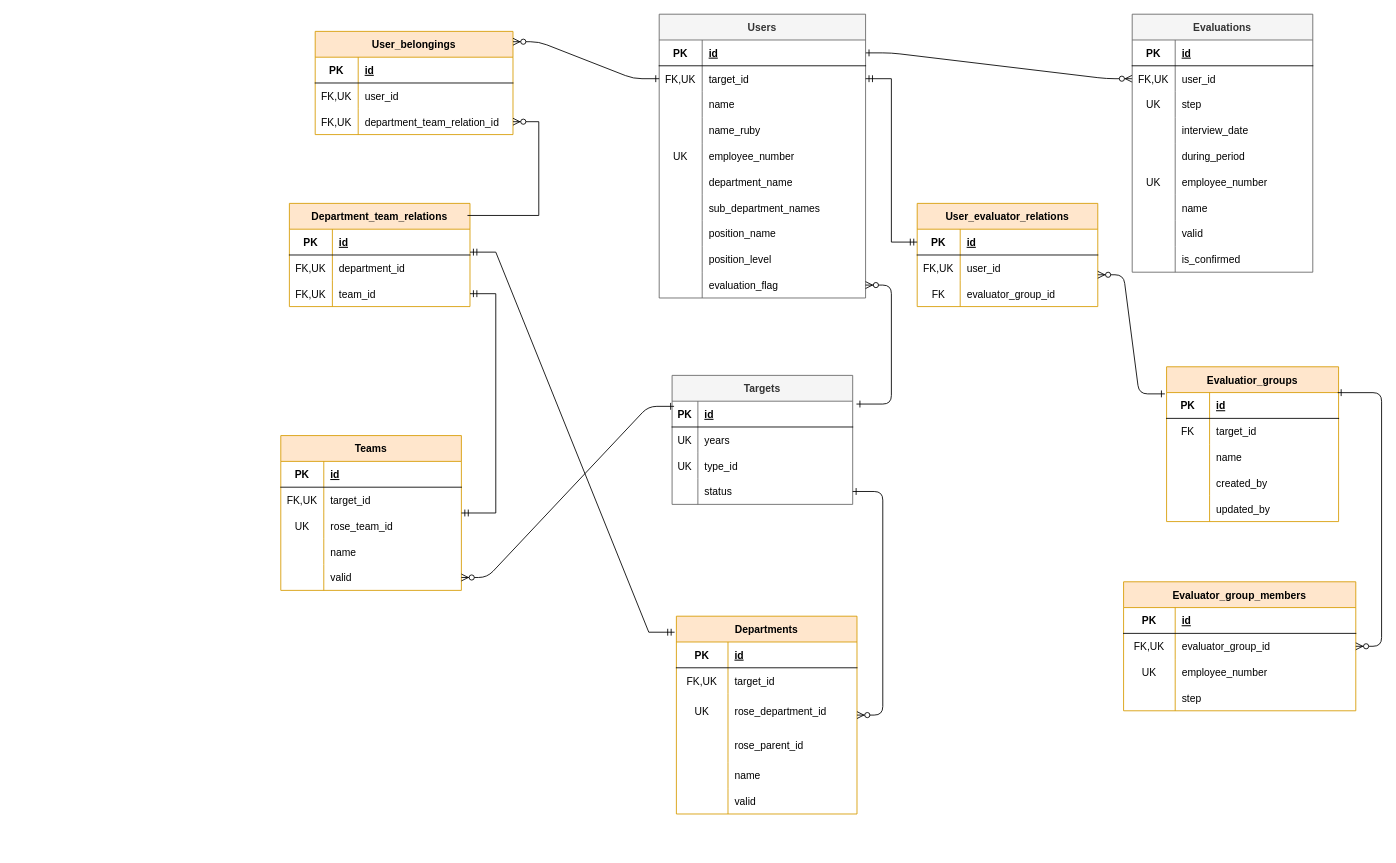
Earlier version of the draw.io diagram 名称未設定ファイル.drawio (satohirok/twitter_clone_ER). Source tidied: cells renumbered, new cells numbered last; positions are measured from the earlier drawing's top-left corner, leaving out a move shared by most shapes. Both pictures are drawn from the tidied source at 86%, with x=0, y=0 at pixel (61, 14).
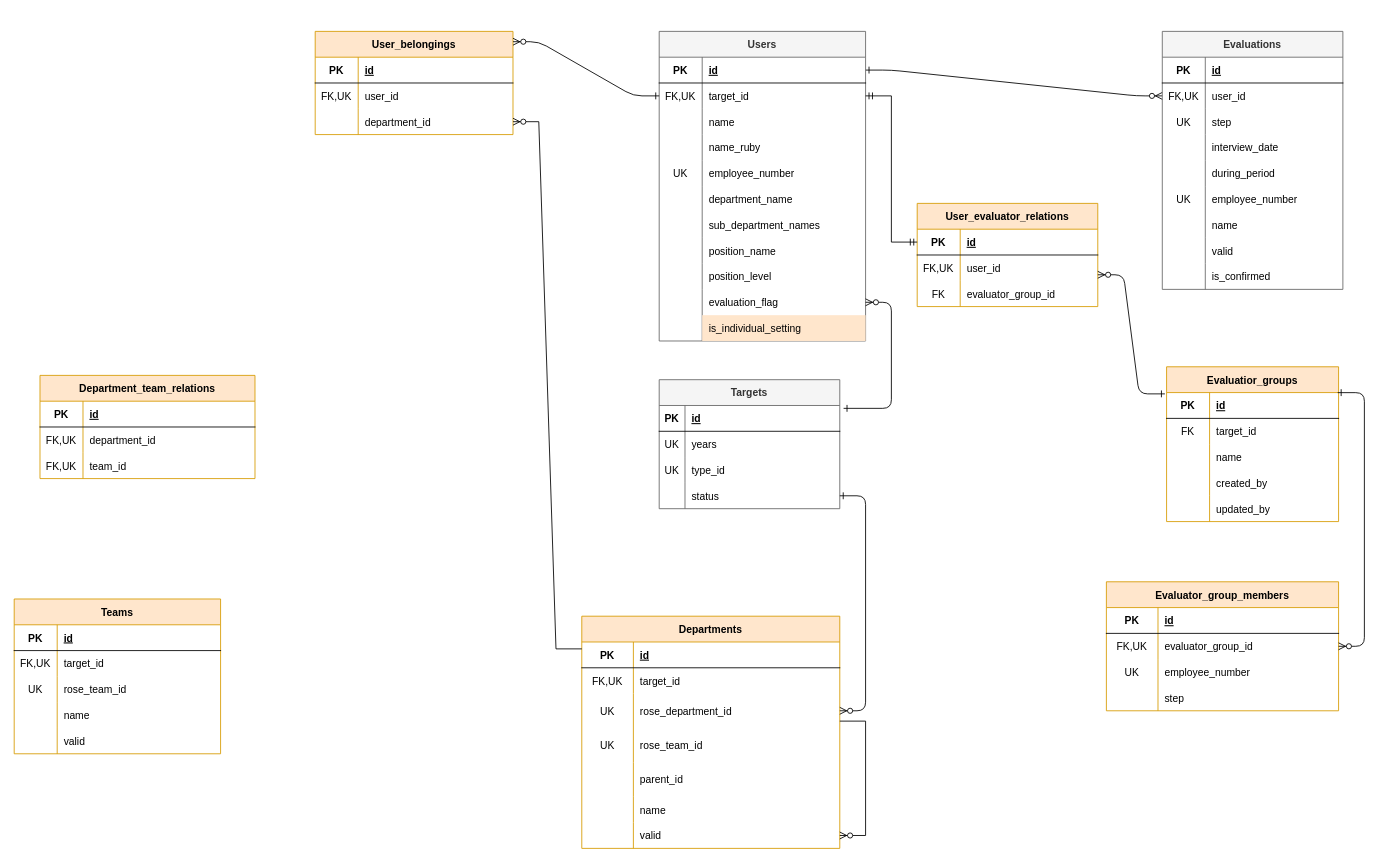
Above is the later version.

Commit message:
名称未設定ファイル.drawio を更新します

The change refers to these unchanged cells:
```xml
<mxCell id="108" style="shape=partialRectangle;fillColor=none;points=[[0,0.5],[1,0.5]];portConstraint=eastwest;top=0;left=0;right=0;bottom=0;" parent="101" vertex="1">
  <mxGeometry y="90" width="230" height="30" as="geometry" />
</mxCell>
<mxCell id="164" style="shape=partialRectangle;fillColor=none;points=[[0,0.5],[1,0.5]];portConstraint=eastwest;top=0;left=0;right=0;bottom=1;" parent="163" vertex="1">
  <mxGeometry y="30" width="210" height="30" as="geometry" />
</mxCell>
<mxCell id="173" style="shape=partialRectangle;fillColor=none;points=[[0,0.5],[1,0.5]];portConstraint=eastwest;top=0;left=0;right=0;bottom=0;" parent="163" vertex="1">
  <mxGeometry y="120" width="210" height="30" as="geometry" />
</mxCell>
```

What changed in the source:
```diff
@@
     <mxCell id="3" value="Evaluations" style="shape=table;startSize=30;childLayout=tableLayout;rowLines=0;fontStyle=1;align=center;fillColor=#f5f5f5;fontColor=#333333;strokeColor=#666666;" parent="1" vertex="1">
-      <mxGeometry x="1245" width="210" height="300" as="geometry" />
+      <mxGeometry x="1280" y="20" width="210" height="300" as="geometry" />
     </mxCell>
@@
     <mxCell id="41" value="Users" style="shape=table;startSize=30;childLayout=tableLayout;rowLines=0;fontStyle=1;align=center;fillColor=#f5f5f5;fontColor=#333333;strokeColor=#666666;" parent="1" vertex="1">
-      <mxGeometry x="695" width="240" height="330" as="geometry" />
+      <mxGeometry x="695" y="20" width="240" height="360" as="geometry" />
     </mxCell>
@@
+    <mxCell id="179" style="shape=partialRectangle;fillColor=none;top=0;left=0;right=0;bottom=0;" parent="41" vertex="1">
+      <mxGeometry y="330" width="240" height="30" as="geometry" />
+    </mxCell>
+    <mxCell id="180" style="shape=partialRectangle;overflow=hidden;fillColor=none;top=0;left=0;bottom=0;right=0;" parent="179" vertex="1">
+      <mxGeometry width="50" height="30" as="geometry" />
+    </mxCell>
+    <mxCell id="181" value="is_individual_setting" style="shape=partialRectangle;overflow=hidden;fillColor=#FFE6CC;top=0;left=0;bottom=0;right=0;align=left;spacingLeft=6;" parent="179" vertex="1">
+      <mxGeometry x="50" width="190" height="30" as="geometry" />
+    </mxCell>
@@
     <mxCell id="88" value="Evaluator_group_members" style="shape=table;startSize=30;childLayout=tableLayout;rowLines=0;fontStyle=1;align=center;fillColor=#ffe6cc;strokeColor=#d79b00;" parent="1" vertex="1">
-      <mxGeometry x="1235" y="660" width="270" height="150" as="geometry" />
+      <mxGeometry x="1215" y="660" width="270" height="150" as="geometry" />
     </mxCell>
@@
-    <mxCell id="109" value="FK,UK" style="shape=partialRectangle;overflow=hidden;fillColor=none;top=0;left=0;bottom=0;right=0;" parent="108" vertex="1">
+    <mxCell id="109" style="shape=partialRectangle;overflow=hidden;fillColor=none;top=0;left=0;bottom=0;right=0;" parent="108" vertex="1">
       <mxGeometry width="50" height="30" as="geometry" />
     </mxCell>
-    <mxCell id="110" value="department_team_relation_id" style="shape=partialRectangle;overflow=hidden;fillColor=none;top=0;left=0;bottom=0;right=0;align=left;spacingLeft=6;" parent="108" vertex="1">
+    <mxCell id="110" value="department_id" style="shape=partialRectangle;overflow=hidden;fillColor=none;top=0;left=0;bottom=0;right=0;align=left;spacingLeft=6;" parent="108" vertex="1">
       <mxGeometry x="50" width="180" height="30" as="geometry" />
     </mxCell>
     <mxCell id="111" value="Department_team_relations" style="shape=table;startSize=30;childLayout=tableLayout;rowLines=0;fontStyle=1;align=center;fillColor=#ffe6cc;strokeColor=#d79b00;" parent="1" vertex="1">
-      <mxGeometry x="265" y="220" width="210" height="120" as="geometry" />
+      <mxGeometry x="-25" y="420" width="250" height="120" as="geometry" />
     </mxCell>
     <mxCell id="112" style="shape=partialRectangle;fillColor=none;top=0;left=0;right=0;bottom=1;" parent="111" vertex="1">
-      <mxGeometry y="30" width="210" height="30" as="geometry" />
+      <mxGeometry y="30" width="250" height="30" as="geometry" />
     </mxCell>
@@
     <mxCell id="114" value="id" style="shape=partialRectangle;overflow=hidden;fillColor=none;top=0;left=0;bottom=0;right=0;align=left;spacingLeft=6;fontStyle=5;" parent="112" vertex="1">
-      <mxGeometry x="50" width="160" height="30" as="geometry" />
+      <mxGeometry x="50" width="200" height="30" as="geometry" />
     </mxCell>
     <mxCell id="115" style="shape=partialRectangle;fillColor=none;points=[[0,0.5],[1,0.5]];portConstraint=eastwest;top=0;left=0;right=0;bottom=0;" parent="111" vertex="1">
-      <mxGeometry y="60" width="210" height="30" as="geometry" />
+      <mxGeometry y="60" width="250" height="30" as="geometry" />
     </mxCell>
@@
     <mxCell id="117" value="department_id" style="shape=partialRectangle;overflow=hidden;fillColor=none;top=0;left=0;bottom=0;right=0;align=left;spacingLeft=6;" parent="115" vertex="1">
-      <mxGeometry x="50" width="160" height="30" as="geometry" />
+      <mxGeometry x="50" width="200" height="30" as="geometry" />
     </mxCell>
     <mxCell id="118" style="shape=partialRectangle;fillColor=none;points=[[0,0.5],[1,0.5]];portConstraint=eastwest;top=0;left=0;right=0;bottom=0;" parent="111" vertex="1">
-      <mxGeometry y="90" width="210" height="30" as="geometry" />
+      <mxGeometry y="90" width="250" height="30" as="geometry" />
     </mxCell>
@@
     <mxCell id="120" value="team_id" style="shape=partialRectangle;overflow=hidden;fillColor=none;top=0;left=0;bottom=0;right=0;align=left;spacingLeft=6;" parent="118" vertex="1">
-      <mxGeometry x="50" width="160" height="30" as="geometry" />
+      <mxGeometry x="50" width="200" height="30" as="geometry" />
     </mxCell>
     <mxCell id="121" value="Departments" style="shape=table;startSize=30;childLayout=tableLayout;rowLines=0;fontStyle=1;align=center;fillColor=#ffe6cc;strokeColor=#d79b00;" parent="1" vertex="1">
-      <mxGeometry x="715" y="700" width="210" height="230" as="geometry" />
+      <mxGeometry x="605" y="700" width="300" height="270" as="geometry" />
     </mxCell>
     <mxCell id="122" style="shape=partialRectangle;fillColor=none;points=[[0,0.5],[1,0.5]];portConstraint=eastwest;top=0;left=0;right=0;bottom=1;" parent="121" vertex="1">
-      <mxGeometry y="30" width="210" height="30" as="geometry" />
+      <mxGeometry y="30" width="300" height="30" as="geometry" />
     </mxCell>
@@
     <mxCell id="124" value="id" style="shape=partialRectangle;overflow=hidden;fillColor=none;top=0;left=0;bottom=0;right=0;align=left;spacingLeft=6;fontStyle=5;" parent="122" vertex="1">
-      <mxGeometry x="60" width="150" height="30" as="geometry" />
+      <mxGeometry x="60" width="240" height="30" as="geometry" />
     </mxCell>
     <mxCell id="125" style="shape=partialRectangle;fillColor=none;top=0;left=0;right=0;bottom=0;" parent="121" vertex="1">
-      <mxGeometry y="60" width="210" height="30" as="geometry" />
+      <mxGeometry y="60" width="300" height="30" as="geometry" />
     </mxCell>
@@
     <mxCell id="127" value="target_id" style="shape=partialRectangle;overflow=hidden;fillColor=none;top=0;left=0;bottom=0;right=0;align=left;spacingLeft=6;" parent="125" vertex="1">
-      <mxGeometry x="60" width="150" height="30" as="geometry" />
+      <mxGeometry x="60" width="240" height="30" as="geometry" />
     </mxCell>
     <mxCell id="128" style="shape=partialRectangle;fillColor=none;points=[[0,0.5],[1,0.5]];portConstraint=eastwest;top=0;left=0;right=0;bottom=0;" parent="121" vertex="1">
-      <mxGeometry y="90" width="210" height="40" as="geometry" />
+      <mxGeometry y="90" width="300" height="40" as="geometry" />
     </mxCell>
@@
     <mxCell id="130" value="rose_department_id" style="shape=partialRectangle;overflow=hidden;fillColor=none;top=0;left=0;bottom=0;right=0;align=left;spacingLeft=6;" parent="128" vertex="1">
-      <mxGeometry x="60" width="150" height="40" as="geometry" />
+      <mxGeometry x="60" width="240" height="40" as="geometry" />
     </mxCell>
+    <mxCell id="182" style="shape=partialRectangle;fillColor=none;top=0;left=0;right=0;bottom=0;" parent="121" vertex="1">
+      <mxGeometry y="130" width="300" height="40" as="geometry" />
+    </mxCell>
+    <mxCell id="183" value="UK" style="shape=partialRectangle;overflow=hidden;fillColor=none;top=0;left=0;bottom=0;right=0;" parent="182" vertex="1">
+      <mxGeometry width="60" height="40" as="geometry" />
+    </mxCell>
+    <mxCell id="184" value="rose_team_id" style="shape=partialRectangle;overflow=hidden;fillColor=none;top=0;left=0;bottom=0;right=0;align=left;spacingLeft=6;" parent="182" vertex="1">
+      <mxGeometry x="60" width="240" height="40" as="geometry" />
+    </mxCell>
     <mxCell id="131" style="shape=partialRectangle;fillColor=none;top=0;left=0;right=0;bottom=0;" parent="121" vertex="1">
-      <mxGeometry y="130" width="210" height="40" as="geometry" />
+      <mxGeometry y="170" width="300" height="40" as="geometry" />
     </mxCell>
@@
-    <mxCell id="133" value="rose_parent_id" style="shape=partialRectangle;overflow=hidden;fillColor=none;top=0;left=0;bottom=0;right=0;align=left;spacingLeft=6;" parent="131" vertex="1">
-      <mxGeometry x="60" width="150" height="40" as="geometry" />
+    <mxCell id="133" value="parent_id" style="shape=partialRectangle;overflow=hidden;fillColor=none;top=0;left=0;bottom=0;right=0;align=left;spacingLeft=6;" parent="131" vertex="1">
+      <mxGeometry x="60" width="240" height="40" as="geometry" />
     </mxCell>
     <mxCell id="134" style="shape=partialRectangle;fillColor=none;top=0;left=0;right=0;bottom=0;" parent="121" vertex="1">
-      <mxGeometry y="170" width="210" height="30" as="geometry" />
+      <mxGeometry y="210" width="300" height="30" as="geometry" />
     </mxCell>
@@
     <mxCell id="136" value="name" style="shape=partialRectangle;overflow=hidden;fillColor=none;top=0;left=0;bottom=0;right=0;align=left;spacingLeft=6;" parent="134" vertex="1">
-      <mxGeometry x="60" width="150" height="30" as="geometry" />
+      <mxGeometry x="60" width="240" height="30" as="geometry" />
     </mxCell>
     <mxCell id="137" style="shape=partialRectangle;fillColor=none;points=[[0,0.5],[1,0.5]];portConstraint=eastwest;top=0;left=0;right=0;bottom=0;" parent="121" vertex="1">
-      <mxGeometry y="200" width="210" height="30" as="geometry" />
+      <mxGeometry y="240" width="300" height="30" as="geometry" />
     </mxCell>
@@
     <mxCell id="139" value="valid" style="shape=partialRectangle;overflow=hidden;fillColor=none;top=0;left=0;bottom=0;right=0;align=left;spacingLeft=6;" parent="137" vertex="1">
-      <mxGeometry x="60" width="150" height="30" as="geometry" />
+      <mxGeometry x="60" width="240" height="30" as="geometry" />
     </mxCell>
+    <mxCell id="185" style="edgeStyle=entityRelationEdgeStyle;fontSize=12;html=1;endArrow=ERzeroToMany;endFill=1;rounded=0;" parent="121" edge="1" target="137">
+      <mxGeometry relative="1" as="geometry">
+        <mxPoint x="300" y="122" as="sourcePoint" />
+      </mxGeometry>
+    </mxCell>
     <mxCell id="140" value="Teams" style="shape=table;startSize=30;childLayout=tableLayout;rowLines=0;fontStyle=1;align=center;fillColor=#ffe6cc;strokeColor=#d79b00;" parent="1" vertex="1">
-      <mxGeometry x="255" y="490" width="210" height="180" as="geometry" />
+      <mxGeometry x="-55" y="680" width="240" height="180" as="geometry" />
     </mxCell>
     <mxCell id="141" style="shape=partialRectangle;fillColor=none;top=0;left=0;right=0;bottom=1;" parent="140" vertex="1">
-      <mxGeometry y="30" width="210" height="30" as="geometry" />
+      <mxGeometry y="30" width="240" height="30" as="geometry" />
     </mxCell>
@@
     <mxCell id="143" value="id" style="shape=partialRectangle;overflow=hidden;fillColor=none;top=0;left=0;bottom=0;right=0;align=left;spacingLeft=6;fontStyle=5;" parent="141" vertex="1">
-      <mxGeometry x="50" width="160" height="30" as="geometry" />
+      <mxGeometry x="50" width="190" height="30" as="geometry" />
     </mxCell>
     <mxCell id="144" style="shape=partialRectangle;fillColor=none;top=0;left=0;right=0;bottom=0;" parent="140" vertex="1">
-      <mxGeometry y="60" width="210" height="30" as="geometry" />
+      <mxGeometry y="60" width="240" height="30" as="geometry" />
     </mxCell>
@@
     <mxCell id="146" value="target_id" style="shape=partialRectangle;overflow=hidden;fillColor=none;top=0;left=0;bottom=0;right=0;align=left;spacingLeft=6;" parent="144" vertex="1">
-      <mxGeometry x="50" width="160" height="30" as="geometry" />
+      <mxGeometry x="50" width="190" height="30" as="geometry" />
     </mxCell>
     <mxCell id="147" style="shape=partialRectangle;fillColor=none;top=0;left=0;right=0;bottom=0;" parent="140" vertex="1">
-      <mxGeometry y="90" width="210" height="30" as="geometry" />
+      <mxGeometry y="90" width="240" height="30" as="geometry" />
     </mxCell>
@@
     <mxCell id="149" value="rose_team_id" style="shape=partialRectangle;overflow=hidden;fillColor=none;top=0;left=0;bottom=0;right=0;align=left;spacingLeft=6;" parent="147" vertex="1">
-      <mxGeometry x="50" width="160" height="30" as="geometry" />
+      <mxGeometry x="50" width="190" height="30" as="geometry" />
     </mxCell>
     <mxCell id="150" style="shape=partialRectangle;fillColor=none;top=0;left=0;right=0;bottom=0;" parent="140" vertex="1">
-      <mxGeometry y="120" width="210" height="30" as="geometry" />
+      <mxGeometry y="120" width="240" height="30" as="geometry" />
     </mxCell>
@@
     <mxCell id="152" value="name" style="shape=partialRectangle;overflow=hidden;fillColor=none;top=0;left=0;bottom=0;right=0;align=left;spacingLeft=6;" parent="150" vertex="1">
-      <mxGeometry x="50" width="160" height="30" as="geometry" />
+      <mxGeometry x="50" width="190" height="30" as="geometry" />
     </mxCell>
     <mxCell id="153" style="shape=partialRectangle;fillColor=none;points=[[0,0.5],[1,0.5]];portConstraint=eastwest;top=0;left=0;right=0;bottom=0;" parent="140" vertex="1">
-      <mxGeometry y="150" width="210" height="30" as="geometry" />
+      <mxGeometry y="150" width="240" height="30" as="geometry" />
     </mxCell>
@@
     <mxCell id="155" value="valid" style="shape=partialRectangle;overflow=hidden;fillColor=none;top=0;left=0;bottom=0;right=0;align=left;spacingLeft=6;" parent="153" vertex="1">
-      <mxGeometry x="50" width="160" height="30" as="geometry" />
+      <mxGeometry x="50" width="190" height="30" as="geometry" />
     </mxCell>
@@
-    <mxCell id="159" style="edgeStyle=entityRelationEdgeStyle;fontSize=12;html=1;endArrow=ERmandOne;startArrow=ERmandOne;rounded=0;entryX=1;entryY=-0.111;entryDx=0;entryDy=0;exitX=-0.01;exitY=0.081;exitDx=0;exitDy=0;entryPerimeter=0;exitPerimeter=0;" parent="1" edge="1" source="121" target="115">
-      <mxGeometry relative="1" as="geometry">
-        <Array as="points">
-          <mxPoint x="655" y="750" />
-          <mxPoint x="700" y="980" />
-          <mxPoint x="250" y="605" />
-          <mxPoint x="50" y="470" />
-          <mxPoint x="270" y="575" />
-          <mxPoint x="20" y="495" />
-          <mxPoint y="495" />
-          <mxPoint x="60" y="439" />
-        </Array>
-      </mxGeometry>
-    </mxCell>
-    <mxCell id="160" style="edgeStyle=entityRelationEdgeStyle;fontSize=12;html=1;endArrow=ERmandOne;startArrow=ERmandOne;rounded=0;" parent="1" edge="1" source="140" target="118">
-      <mxGeometry relative="1" as="geometry">
-        <Array as="points">
-          <mxPoint x="415" y="472.4" />
-          <mxPoint x="215" y="337.4" />
-          <mxPoint x="435" y="442.4" />
-          <mxPoint x="185" y="362.4" />
-          <mxPoint x="165" y="362.4" />
-          <mxPoint x="225" y="306.4" />
-        </Array>
-      </mxGeometry>
-    </mxCell>
-    <mxCell id="161" style="edgeStyle=entityRelationEdgeStyle;fontSize=12;html=1;endArrow=ERzeroToMany;endFill=1;rounded=0;exitX=0.986;exitY=0.117;exitDx=0;exitDy=0;exitPerimeter=0;" parent="1" edge="1" source="111" target="108">
+    <mxCell id="161" style="edgeStyle=entityRelationEdgeStyle;fontSize=12;html=1;endArrow=ERzeroToMany;endFill=1;rounded=0;exitX=0;exitY=0.267;exitDx=0;exitDy=0;exitPerimeter=0;" parent="1" edge="1" source="122" target="108">
       <mxGeometry relative="1" as="geometry">
         <Array as="points">
           <mxPoint x="615" y="250" />
         </Array>
       </mxGeometry>
     </mxCell>
@@
     <mxCell id="163" value="Targets" style="shape=table;startSize=30;childLayout=tableLayout;rowLines=0;fontStyle=1;align=center;fillColor=#f5f5f5;fontColor=#333333;strokeColor=#666666;" parent="1" vertex="1">
-      <mxGeometry x="710" y="420" width="210" height="150" as="geometry" />
+      <mxGeometry x="695" y="425" width="210" height="150" as="geometry" />
     </mxCell>
@@
-    <mxCell id="177" style="edgeStyle=entityRelationEdgeStyle;endArrow=ERzeroToMany;startArrow=ERone;endFill=1;startFill=0;exitX=1;exitY=0.5;exitDx=0;exitDy=0;" parent="1" edge="1" source="173" target="121">
+    <mxCell id="177" style="edgeStyle=entityRelationEdgeStyle;endArrow=ERzeroToMany;startArrow=ERone;endFill=1;startFill=0;exitX=1;exitY=0.5;exitDx=0;exitDy=0;" parent="1" edge="1" source="173" target="128">
       <mxGeometry relative="1" as="geometry" />
     </mxCell>
-    <mxCell id="178" style="edgeStyle=entityRelationEdgeStyle;endArrow=ERzeroToMany;startArrow=ERone;endFill=1;startFill=0;exitX=0.011;exitY=0.2;exitDx=0;exitDy=0;entryX=1;entryY=0.5;entryDx=0;entryDy=0;exitPerimeter=0;" parent="1" edge="1" source="164" target="153">
-      <mxGeometry relative="1" as="geometry" />
-    </mxCell>
```
